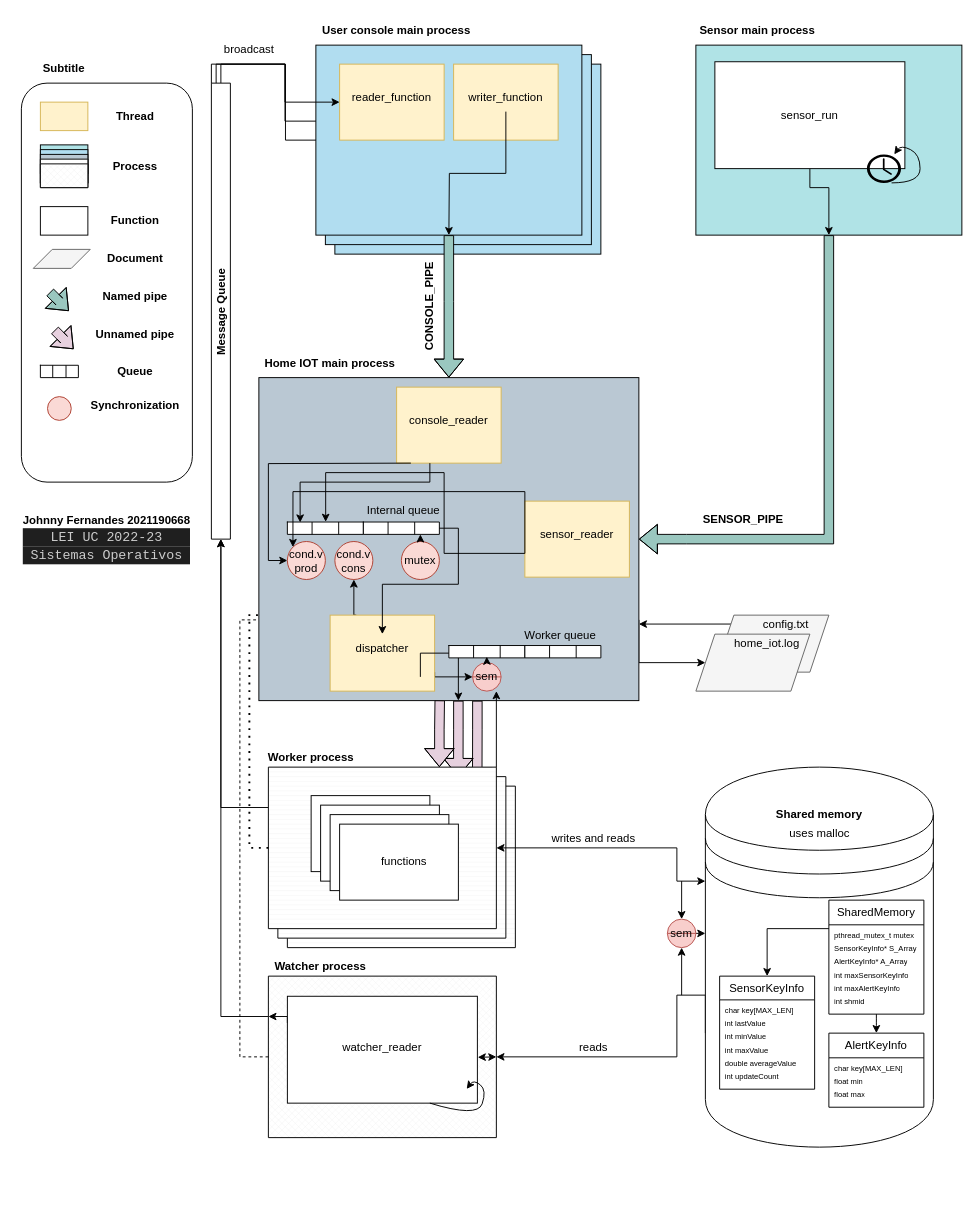
This is Diagram.drawio from johnnyuc/ProjetoSO, a draw.io file, before an edit. Source tidied: cells renumbered, new cells numbered last; positions are measured from the earlier drawing's top-left corner, leaving out a move shared by most shapes. Both pictures are drawn from the tidied source at 95%, with x=0, y=0 at pixel (21, 16).
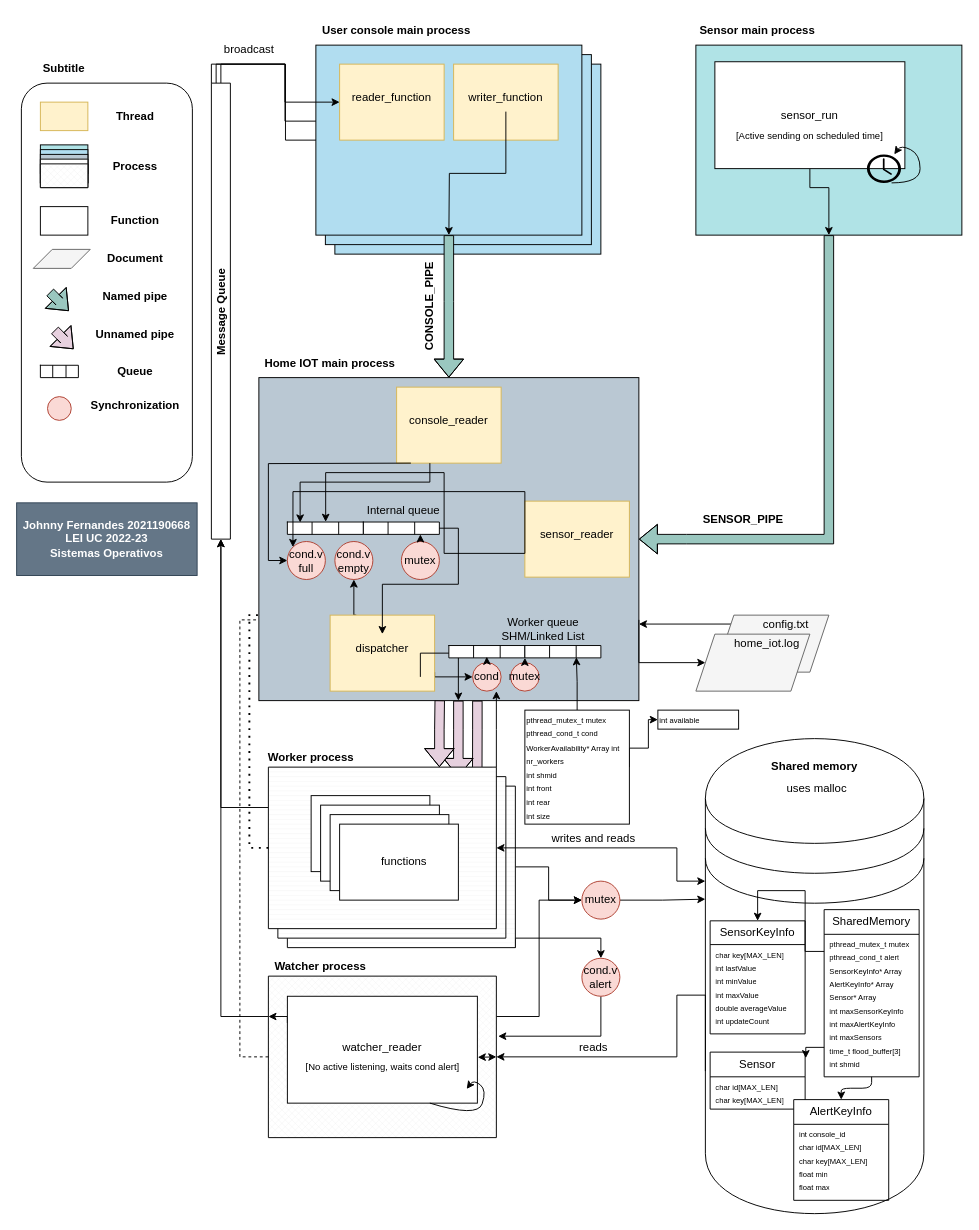
After the change.

Unchanged cells that the change refers to:
```xml
<mxCell id="4" style="verticalLabelPosition=bottom;verticalAlign=top;html=1;shape=mxgraph.basic.patternFillRect;fillStyle=hor;step=5;fillStrokeWidth=0.2;fillStrokeColor=#dddddd;" parent="1" vertex="1">
  <mxGeometry x="280" y="810" width="240" height="170" as="geometry" />
</mxCell>
<mxCell id="30" style="verticalLabelPosition=bottom;verticalAlign=top;html=1;shape=mxgraph.basic.patternFillRect;fillStyle=hor;step=5;fillStrokeWidth=0.2;fillStrokeColor=#dddddd;" parent="1" vertex="1">
  <mxGeometry x="260" y="790" width="240" height="170" as="geometry" />
</mxCell>
<mxCell id="35" style="verticalLabelPosition=bottom;verticalAlign=top;html=1;shape=mxgraph.basic.patternFillRect;fillStyle=diagGrid;step=5;fillStrokeWidth=0.2;fillStrokeColor=#dddddd;" parent="1" vertex="1">
  <mxGeometry x="260" y="1010" width="240" height="170" as="geometry" />
</mxCell>
<mxCell id="60" style="rounded=0;whiteSpace=wrap;html=1;fillColor=#fff2cc;strokeColor=#d6b656;" parent="1" vertex="1">
  <mxGeometry x="325" y="630" width="110" height="80" as="geometry" />
</mxCell>
<mxCell id="101" style="shape=tableRow;horizontal=0;startSize=0;swimlaneHead=0;swimlaneBody=0;strokeColor=inherit;top=0;left=0;bottom=0;right=0;fillColor=none;points=[[0,0.5],[1,0.5]];portConstraint=eastwest;fontSize=16;" parent="100" vertex="1">
  <mxGeometry width="80" height="13" as="geometry" />
</mxCell>
<mxCell id="106" style="shape=tableRow;horizontal=0;startSize=0;swimlaneHead=0;swimlaneBody=0;strokeColor=inherit;top=0;left=0;bottom=0;right=0;fillColor=none;points=[[0,0.5],[1,0.5]];portConstraint=eastwest;fontSize=16;" parent="105" vertex="1">
  <mxGeometry width="80" height="13" as="geometry" />
</mxCell>
```

Change to the diagram source:
```diff
@@
+    <mxCell id="159" value="&lt;font style=&quot;font-size: 8px;&quot;&gt;int available&lt;/font&gt;" style="whiteSpace=wrap;html=1;align=left;" parent="1" vertex="1">
+      <mxGeometry x="670" y="730" width="85" height="20" as="geometry" />
+    </mxCell>
+    <mxCell id="26" style="shape=datastore;whiteSpace=wrap;html=1;" parent="1" vertex="1">
+      <mxGeometry x="720" y="760" width="230" height="500" as="geometry" />
+    </mxCell>
+    <mxCell id="160" value="Sensor" style="swimlane;fontStyle=0;horizontal=1;startSize=26;fillColor=none;whiteSpace=wrap;html=1;" parent="1" vertex="1">
+      <mxGeometry x="725" y="1090" width="100" height="60" as="geometry" />
+    </mxCell>
+    <mxCell id="161" value="char id[MAX_LEN]" style="text;strokeColor=none;fillColor=none;align=left;verticalAlign=top;spacingLeft=4;spacingRight=4;overflow=hidden;whiteSpace=wrap;html=1;fontSize=8;" parent="160" vertex="1">
+      <mxGeometry y="26" width="100" height="14" as="geometry" />
+    </mxCell>
+    <mxCell id="162" value="char key[MAX_LEN]" style="text;strokeColor=none;fillColor=none;align=left;verticalAlign=top;spacingLeft=4;spacingRight=4;overflow=hidden;whiteSpace=wrap;html=1;fontSize=8;" parent="160" vertex="1">
+      <mxGeometry y="40" width="100" height="20" as="geometry" />
+    </mxCell>
+    <mxCell id="163" style="rounded=0;whiteSpace=wrap;html=1;strokeColor=none;" parent="1" vertex="1">
+      <mxGeometry x="813" y="1140" width="97" height="84" as="geometry" />
+    </mxCell>
+    <mxCell id="11" style="rounded=0;whiteSpace=wrap;html=1;fillColor=#bac8d3;strokeColor=#000000;" parent="1" vertex="1">
+      <mxGeometry x="250" y="380" width="400" height="340" as="geometry" />
+    </mxCell>
+    <mxCell id="164" value="cond" style="ellipse;whiteSpace=wrap;html=1;fillColor=#fad9d5;strokeColor=#ae4132;" parent="1" vertex="1">
+      <mxGeometry x="475" y="680" width="30" height="30" as="geometry" />
+    </mxCell>
@@
+    <mxCell id="165" style="edgeStyle=orthogonalEdgeStyle;rounded=0;jettySize=auto;html=1;exitX=1;exitY=0.5;exitDx=0;exitDy=0;exitPerimeter=0;" parent="1" edge="1" source="4" target="175">
+      <mxGeometry relative="1" as="geometry" />
+    </mxCell>
+    <mxCell id="166" style="edgeStyle=orthogonalEdgeStyle;rounded=0;jettySize=auto;html=1;exitX=1;exitY=1;exitDx=0;exitDy=0;exitPerimeter=0;" parent="1" edge="1" source="4" target="177">
+      <mxGeometry relative="1" as="geometry">
+        <Array as="points">
+          <mxPoint x="520" y="970" />
+          <mxPoint x="610" y="970" />
+        </Array>
+      </mxGeometry>
+    </mxCell>
@@
-    <mxCell id="11" style="rounded=0;whiteSpace=wrap;html=1;fillColor=#bac8d3;strokeColor=#000000;" parent="1" vertex="1">
-      <mxGeometry x="250" y="380" width="400" height="340" as="geometry" />
-    </mxCell>
@@
-    <mxCell id="26" style="shape=datastore;whiteSpace=wrap;html=1;" parent="1" vertex="1">
-      <mxGeometry x="720" y="790" width="240" height="400" as="geometry" />
-    </mxCell>
@@
-    <mxCell id="29" style="edgeStyle=orthogonalEdgeStyle;rounded=0;jettySize=auto;html=1;exitX=1;exitY=0;exitDx=0;exitDy=0;exitPerimeter=0;entryX=0.833;entryY=1;entryDx=0;entryDy=0;entryPerimeter=0;" parent="1" edge="1" source="30" target="111">
-      <mxGeometry relative="1" as="geometry" />
+    <mxCell id="29" style="edgeStyle=orthogonalEdgeStyle;rounded=0;jettySize=auto;html=1;exitX=1;exitY=0;exitDx=0;exitDy=0;exitPerimeter=0;entryX=0.833;entryY=1;entryDx=0;entryDy=0;entryPerimeter=0;" parent="1" edge="1" source="30">
+      <mxGeometry relative="1" as="geometry">
+        <mxPoint x="500" y="710" as="targetPoint" />
+      </mxGeometry>
     </mxCell>
@@
+    <mxCell id="167" style="edgeStyle=orthogonalEdgeStyle;rounded=0;jettySize=auto;html=1;exitX=1;exitY=0.25;exitDx=0;exitDy=0;exitPerimeter=0;entryX=0;entryY=0.5;entryDx=0;entryDy=0;" parent="1" edge="1" source="35" target="175">
+      <mxGeometry relative="1" as="geometry" />
+    </mxCell>
@@
     <mxCell id="42" value="Shared memory" style="text;html=1;strokeColor=none;fillColor=none;align=center;verticalAlign=middle;whiteSpace=wrap;rounded=0;fontStyle=1;" parent="1" vertex="1">
-      <mxGeometry x="785" y="830" width="110" height="20" as="geometry" />
+      <mxGeometry x="780" y="780" width="110" height="20" as="geometry" />
     </mxCell>
@@
-    <mxCell id="59" style="edgeStyle=orthogonalEdgeStyle;rounded=0;jettySize=auto;html=1;exitX=1;exitY=0.75;exitDx=0;exitDy=0;entryX=0;entryY=0.5;entryDx=0;entryDy=0;" parent="1" edge="1" source="60" target="111">
+    <mxCell id="59" style="edgeStyle=orthogonalEdgeStyle;rounded=0;jettySize=auto;html=1;exitX=1;exitY=0.75;exitDx=0;exitDy=0;entryX=0;entryY=0.5;entryDx=0;entryDy=0;" parent="1" edge="1" source="60">
       <mxGeometry relative="1" as="geometry">
+        <mxPoint x="475" y="695" as="targetPoint" />
         <Array as="points">
           <mxPoint x="435" y="695" />
         </Array>
       </mxGeometry>
     </mxCell>
@@
-    <mxCell id="68" value="cond.v&lt;br&gt;prod" style="ellipse;whiteSpace=wrap;html=1;fillColor=#fad9d5;strokeColor=#ae4132;" parent="1" vertex="1">
+    <mxCell id="68" value="cond.v&lt;br&gt;full" style="ellipse;whiteSpace=wrap;html=1;fillColor=#fad9d5;strokeColor=#ae4132;" parent="1" vertex="1">
       <mxGeometry x="280" y="552.5" width="40" height="40" as="geometry" />
     </mxCell>
-    <mxCell id="69" value="cond.v&lt;br&gt;cons" style="ellipse;whiteSpace=wrap;html=1;fillColor=#fad9d5;strokeColor=#ae4132;" parent="1" vertex="1">
+    <mxCell id="69" value="cond.v&lt;br&gt;empty" style="ellipse;whiteSpace=wrap;html=1;fillColor=#fad9d5;strokeColor=#ae4132;" parent="1" vertex="1">
       <mxGeometry x="330" y="552.5" width="40" height="40" as="geometry" />
     </mxCell>
@@
-    <mxCell id="110" value="Worker queue" style="text;html=1;strokeColor=none;fillColor=none;align=center;verticalAlign=middle;whiteSpace=wrap;rounded=0;" parent="1" vertex="1">
-      <mxGeometry x="525" y="642" width="85" height="20" as="geometry" />
+    <mxCell id="110" value="Worker queue SHM/Linked List" style="text;html=1;strokeColor=none;fillColor=none;align=center;verticalAlign=middle;whiteSpace=wrap;rounded=0;" parent="1" vertex="1">
+      <mxGeometry x="487.5" y="635" width="122.5" height="20" as="geometry" />
     </mxCell>
-    <mxCell id="111" value="sem" style="shape=lineEllipse;perimeter=ellipsePerimeter;whiteSpace=wrap;html=1;backgroundOutline=1;fillColor=#f8cecc;strokeColor=#b85450;" parent="1" vertex="1">
-      <mxGeometry x="475" y="680" width="30" height="30" as="geometry" />
-    </mxCell>
@@
-    <mxCell id="131" style="edgeStyle=orthogonalEdgeStyle;rounded=0;jettySize=auto;html=1;exitX=1;exitY=0.5;exitDx=0;exitDy=0;entryX=0;entryY=0.438;entryDx=0;entryDy=0;entryPerimeter=0;" parent="1" edge="1" source="132" target="26">
-      <mxGeometry relative="1" as="geometry" />
-    </mxCell>
-    <mxCell id="132" value="sem" style="shape=lineEllipse;perimeter=ellipsePerimeter;whiteSpace=wrap;html=1;backgroundOutline=1;fillColor=#f8cecc;strokeColor=#b85450;" parent="1" vertex="1">
-      <mxGeometry x="680" y="950" width="30" height="30" as="geometry" />
-    </mxCell>
@@
     <mxCell id="135" value="SharedMemory" style="swimlane;fontStyle=0;horizontal=1;startSize=26;fillColor=none;whiteSpace=wrap;html=1;" parent="1" vertex="1">
-      <mxGeometry x="850" y="930" width="100" height="120" as="geometry" />
+      <mxGeometry x="845" y="940" width="100" height="176" as="geometry" />
     </mxCell>
@@
+    <mxCell id="168" value="pthread_cond_t alert" style="text;strokeColor=none;fillColor=none;align=left;verticalAlign=top;spacingLeft=4;spacingRight=4;overflow=hidden;whiteSpace=wrap;html=1;fontSize=8;" parent="135" vertex="1">
+      <mxGeometry y="40" width="100" height="14" as="geometry" />
+    </mxCell>
-    <mxCell id="137" value="SensorKeyInfo* S_Array" style="text;strokeColor=none;fillColor=none;align=left;verticalAlign=top;spacingLeft=4;spacingRight=4;overflow=hidden;whiteSpace=wrap;html=1;fontSize=8;" parent="135" vertex="1">
-      <mxGeometry y="40" width="100" height="14" as="geometry" />
+    <mxCell id="137" value="SensorKeyInfo* Array" style="text;strokeColor=none;fillColor=none;align=left;verticalAlign=top;spacingLeft=4;spacingRight=4;overflow=hidden;whiteSpace=wrap;html=1;fontSize=8;" parent="135" vertex="1">
+      <mxGeometry y="54" width="100" height="14" as="geometry" />
     </mxCell>
+    <mxCell id="169" value="AlertKeyInfo* Array" style="text;strokeColor=none;fillColor=none;align=left;verticalAlign=top;spacingLeft=4;spacingRight=4;overflow=hidden;whiteSpace=wrap;html=1;fontSize=8;" parent="135" vertex="1">
+      <mxGeometry y="68" width="100" height="14" as="geometry" />
+    </mxCell>
-    <mxCell id="138" value="AlertKeyInfo* A_Array" style="text;strokeColor=none;fillColor=none;align=left;verticalAlign=top;spacingLeft=4;spacingRight=4;overflow=hidden;whiteSpace=wrap;html=1;fontSize=8;" parent="135" vertex="1">
-      <mxGeometry y="54" width="100" height="14" as="geometry" />
+    <mxCell id="138" value="Sensor* Array" style="text;strokeColor=none;fillColor=none;align=left;verticalAlign=top;spacingLeft=4;spacingRight=4;overflow=hidden;whiteSpace=wrap;html=1;fontSize=8;" parent="135" vertex="1">
+      <mxGeometry y="82" width="100" height="14" as="geometry" />
     </mxCell>
     <mxCell id="139" value="int maxSensorKeyInfo" style="text;strokeColor=none;fillColor=none;align=left;verticalAlign=top;spacingLeft=4;spacingRight=4;overflow=hidden;whiteSpace=wrap;html=1;fontSize=8;" parent="135" vertex="1">
-      <mxGeometry y="68" width="100" height="14" as="geometry" />
+      <mxGeometry y="96" width="100" height="14" as="geometry" />
     </mxCell>
     <mxCell id="140" value="int maxAlertKeyInfo" style="text;strokeColor=none;fillColor=none;align=left;verticalAlign=top;spacingLeft=4;spacingRight=4;overflow=hidden;whiteSpace=wrap;html=1;fontSize=8;" parent="135" vertex="1">
-      <mxGeometry y="82" width="100" height="14" as="geometry" />
+      <mxGeometry y="110" width="100" height="14" as="geometry" />
     </mxCell>
+    <mxCell id="170" value="int maxSensors" style="text;strokeColor=none;fillColor=none;align=left;verticalAlign=top;spacingLeft=4;spacingRight=4;overflow=hidden;whiteSpace=wrap;html=1;fontSize=8;" parent="135" vertex="1">
+      <mxGeometry y="124" width="100" height="14" as="geometry" />
+    </mxCell>
+    <mxCell id="171" value="time_t flood_buffer[3]" style="text;strokeColor=none;fillColor=none;align=left;verticalAlign=top;spacingLeft=4;spacingRight=4;overflow=hidden;points=[[0,0.5],[1,0.5]];portConstraint=eastwest;whiteSpace=wrap;html=1;fontSize=8;" parent="135" vertex="1">
+      <mxGeometry y="138" width="100" height="14" as="geometry" />
+    </mxCell>
     <mxCell id="141" value="int shmid" style="text;strokeColor=none;fillColor=none;align=left;verticalAlign=top;spacingLeft=4;spacingRight=4;overflow=hidden;whiteSpace=wrap;html=1;fontSize=8;" parent="135" vertex="1">
-      <mxGeometry y="96" width="100" height="24" as="geometry" />
+      <mxGeometry y="152" width="100" height="24" as="geometry" />
     </mxCell>
     <mxCell id="142" value="SensorKeyInfo" style="swimlane;fontStyle=0;horizontal=1;startSize=25;fillColor=none;whiteSpace=wrap;html=1;" parent="1" vertex="1">
-      <mxGeometry x="735" y="1010" width="100" height="119" as="geometry" />
+      <mxGeometry x="725" y="951.8" width="100" height="119" as="geometry" />
     </mxCell>
@@
-    <mxCell id="149" value="AlertKeyInfo" style="swimlane;fontStyle=0;horizontal=1;startSize=26;fillColor=none;whiteSpace=wrap;html=1;" parent="1" vertex="1">
-      <mxGeometry x="850" y="1070" width="100" height="78" as="geometry" />
-    </mxCell>
-    <mxCell id="150" value="char key[MAX_LEN]" style="text;strokeColor=none;fillColor=none;align=left;verticalAlign=top;spacingLeft=4;spacingRight=4;overflow=hidden;whiteSpace=wrap;html=1;fontSize=8;" parent="149" vertex="1">
-      <mxGeometry y="26" width="100" height="14" as="geometry" />
-    </mxCell>
-    <mxCell id="151" value="float min" style="text;strokeColor=none;fillColor=none;align=left;verticalAlign=top;spacingLeft=4;spacingRight=4;overflow=hidden;whiteSpace=wrap;html=1;fontSize=8;" parent="149" vertex="1">
-      <mxGeometry y="40" width="100" height="14" as="geometry" />
-    </mxCell>
-    <mxCell id="152" value="float max" style="text;strokeColor=none;fillColor=none;align=left;verticalAlign=top;spacingLeft=4;spacingRight=4;overflow=hidden;whiteSpace=wrap;html=1;fontSize=8;" parent="149" vertex="1">
-      <mxGeometry y="54" width="100" height="24" as="geometry" />
-    </mxCell>
     <mxCell id="153" value="uses malloc" style="text;html=1;strokeColor=none;fillColor=none;align=center;verticalAlign=middle;whiteSpace=wrap;rounded=0;" parent="1" vertex="1">
-      <mxGeometry x="787.5" y="852.5" width="105" height="15" as="geometry" />
+      <mxGeometry x="785" y="805" width="105" height="15" as="geometry" />
     </mxCell>
-    <mxCell id="154" value="Johnny Fernandes 2021190668&lt;br&gt;&lt;div style=&quot;color: rgb(204, 204, 204); background-color: rgb(31, 31, 31); font-family: Consolas, &amp;quot;Courier New&amp;quot;, monospace; font-weight: normal; font-size: 14px; line-height: 19px;&quot;&gt;LEI UC 2022-23&lt;/div&gt;&lt;div style=&quot;color: rgb(204, 204, 204); background-color: rgb(31, 31, 31); font-family: Consolas, &amp;quot;Courier New&amp;quot;, monospace; font-weight: normal; font-size: 14px; line-height: 19px;&quot;&gt;Sistemas Operativos &lt;/div&gt;" style="text;html=1;strokeColor=none;fillColor=none;align=center;verticalAlign=middle;whiteSpace=wrap;rounded=0;fontStyle=1;" parent="1" vertex="1">
-      <mxGeometry y="511.8" width="180" height="76.5" as="geometry" />
+    <mxCell id="154" value="Johnny Fernandes 2021190668&lt;br&gt;LEI UC 2022-23 &lt;br&gt;Sistemas Operativos" style="text;html=1;strokeColor=#314354;fillColor=#647687;align=center;verticalAlign=middle;whiteSpace=wrap;rounded=0;fontStyle=1;fontColor=#ffffff;" parent="1" vertex="1">
+      <mxGeometry x="-5" y="511.8" width="190" height="76.5" as="geometry" />
     </mxCell>
-    <mxCell id="155" style="edgeStyle=orthogonalEdgeStyle;rounded=0;jettySize=auto;html=1;exitX=0.5;exitY=0;exitDx=0;exitDy=0;entryX=0.498;entryY=0.905;entryDx=0;entryDy=0;entryPerimeter=0;" parent="1" edge="1" source="111" target="101">
-      <mxGeometry relative="1" as="geometry" />
+    <mxCell id="155" style="edgeStyle=orthogonalEdgeStyle;rounded=0;jettySize=auto;html=1;exitX=0.5;exitY=0;exitDx=0;exitDy=0;entryX=0.498;entryY=0.905;entryDx=0;entryDy=0;entryPerimeter=0;" parent="1" edge="1" target="101">
+      <mxGeometry relative="1" as="geometry">
+        <mxPoint x="490" y="680" as="sourcePoint" />
+      </mxGeometry>
     </mxCell>
@@
-    <mxCell id="157" style="endArrow=classic;html=1;rounded=0;entryX=0.5;entryY=0;entryDx=0;entryDy=0;" parent="1" edge="1" target="132">
-      <mxGeometry relative="1" as="geometry">
-        <mxPoint x="695" y="910" as="sourcePoint" />
-      </mxGeometry>
-    </mxCell>
-    <mxCell id="158" style="endArrow=classic;html=1;rounded=0;entryX=0.5;entryY=1;entryDx=0;entryDy=0;" parent="1" edge="1" target="132">
-      <mxGeometry relative="1" as="geometry">
-        <mxPoint x="695" y="1030" as="sourcePoint" />
-      </mxGeometry>
-    </mxCell>
+    <mxCell id="172" value="mutex" style="ellipse;whiteSpace=wrap;html=1;fillColor=#fad9d5;strokeColor=#ae4132;" parent="1" vertex="1">
+      <mxGeometry x="515" y="680" width="30" height="30" as="geometry" />
+    </mxCell>
+    <mxCell id="173" style="edgeStyle=orthogonalEdgeStyle;rounded=0;jettySize=auto;html=1;exitX=0.5;exitY=0;exitDx=0;exitDy=0;entryX=0.001;entryY=0.996;entryDx=0;entryDy=0;entryPerimeter=0;" parent="1" edge="1" target="106">
+      <mxGeometry relative="1" as="geometry">
+        <mxPoint x="530" y="680" as="sourcePoint" />
+      </mxGeometry>
+    </mxCell>
+    <mxCell id="174" style="edgeStyle=orthogonalEdgeStyle;rounded=0;jettySize=auto;html=1;exitX=1;exitY=0.5;exitDx=0;exitDy=0;" parent="1" edge="1" source="175">
+      <mxGeometry relative="1" as="geometry">
+        <mxPoint x="720" y="929" as="targetPoint" />
+      </mxGeometry>
+    </mxCell>
+    <mxCell id="175" value="mutex" style="ellipse;whiteSpace=wrap;html=1;fillColor=#fad9d5;strokeColor=#ae4132;" parent="1" vertex="1">
+      <mxGeometry x="590" y="910" width="40" height="40" as="geometry" />
+    </mxCell>
+    <mxCell id="176" style="edgeStyle=orthogonalEdgeStyle;rounded=0;jettySize=auto;html=1;exitX=0.5;exitY=1;exitDx=0;exitDy=0;entryX=1.008;entryY=0.372;entryDx=0;entryDy=0;entryPerimeter=0;" parent="1" edge="1" source="177" target="35">
+      <mxGeometry relative="1" as="geometry" />
+    </mxCell>
+    <mxCell id="177" value="cond.v&lt;br&gt;alert" style="ellipse;whiteSpace=wrap;html=1;fillColor=#fad9d5;strokeColor=#ae4132;" parent="1" vertex="1">
+      <mxGeometry x="590" y="991.2" width="40" height="40" as="geometry" />
+    </mxCell>
+    <mxCell id="149" value="AlertKeyInfo" style="swimlane;fontStyle=0;horizontal=1;startSize=26;fillColor=none;whiteSpace=wrap;html=1;" parent="1" vertex="1">
+      <mxGeometry x="813" y="1140" width="100" height="106" as="geometry" />
+    </mxCell>
+    <mxCell id="150" value="int console_id" style="text;strokeColor=none;fillColor=none;align=left;verticalAlign=top;spacingLeft=4;spacingRight=4;overflow=hidden;whiteSpace=wrap;html=1;fontSize=8;" parent="149" vertex="1">
+      <mxGeometry y="26" width="100" height="14" as="geometry" />
+    </mxCell>
+    <mxCell id="178" value="char id[MAX_LEN]" style="text;strokeColor=none;fillColor=none;align=left;verticalAlign=top;spacingLeft=4;spacingRight=4;overflow=hidden;whiteSpace=wrap;html=1;fontSize=8;" parent="149" vertex="1">
+      <mxGeometry y="40" width="100" height="14" as="geometry" />
+    </mxCell>
+    <mxCell id="179" value="char key[MAX_LEN]" style="text;strokeColor=none;fillColor=none;align=left;verticalAlign=top;spacingLeft=4;spacingRight=4;overflow=hidden;whiteSpace=wrap;html=1;fontSize=8;" parent="149" vertex="1">
+      <mxGeometry y="54" width="100" height="14" as="geometry" />
+    </mxCell>
+    <mxCell id="151" value="float min" style="text;strokeColor=none;fillColor=none;align=left;verticalAlign=top;spacingLeft=4;spacingRight=4;overflow=hidden;whiteSpace=wrap;html=1;fontSize=8;" parent="149" vertex="1">
+      <mxGeometry y="68" width="100" height="14" as="geometry" />
+    </mxCell>
+    <mxCell id="152" value="float max" style="text;strokeColor=none;fillColor=none;align=left;verticalAlign=top;spacingLeft=4;spacingRight=4;overflow=hidden;whiteSpace=wrap;html=1;fontSize=8;" parent="149" vertex="1">
+      <mxGeometry y="82" width="100" height="24" as="geometry" />
+    </mxCell>
+    <mxCell id="180" style="edgeStyle=orthogonalEdgeStyle;rounded=0;jettySize=auto;html=1;exitX=0;exitY=0.5;exitDx=0;exitDy=0;entryX=1.007;entryY=0.106;entryDx=0;entryDy=0;entryPerimeter=0;" parent="1" edge="1" source="171" target="160">
+      <mxGeometry relative="1" as="geometry" />
+    </mxCell>
+    <mxCell id="181" style="edgeStyle=orthogonalEdgeStyle;rounded=0;jettySize=auto;html=1;exitX=1;exitY=0.5;exitDx=0;exitDy=0;entryX=0;entryY=0.5;entryDx=0;entryDy=0;" parent="1" edge="1" source="183" target="159">
+      <mxGeometry relative="1" as="geometry">
+        <Array as="points">
+          <mxPoint x="640" y="770" />
+          <mxPoint x="660" y="770" />
+          <mxPoint x="660" y="740" />
+        </Array>
+      </mxGeometry>
+    </mxCell>
+    <mxCell id="182" style="edgeStyle=orthogonalEdgeStyle;rounded=0;jettySize=auto;html=1;exitX=0.5;exitY=0;exitDx=0;exitDy=0;entryX=0.677;entryY=0.948;entryDx=0;entryDy=0;entryPerimeter=0;" parent="1" edge="1" source="183" target="106">
+      <mxGeometry relative="1" as="geometry">
+        <Array as="points">
+          <mxPoint x="585" y="700" />
+          <mxPoint x="584" y="700" />
+        </Array>
+      </mxGeometry>
+    </mxCell>
+    <mxCell id="183" value="&lt;font style=&quot;font-size: 8px;&quot;&gt;pthread_mutex_t mutex pthread_cond_t cond WorkerAvailability* Array int nr_workers&lt;br&gt;int shmid&lt;br&gt;int front&lt;br&gt;int rear&lt;br&gt;int size&lt;/font&gt;" style="whiteSpace=wrap;html=1;align=left;" parent="1" vertex="1">
+      <mxGeometry x="530" y="730" width="110" height="120" as="geometry" />
+    </mxCell>
+    <mxCell id="184" value="&lt;font style=&quot;font-size: 10px;&quot;&gt;[No active listening, waits cond alert]&lt;/font&gt;" style="text;html=1;strokeColor=none;fillColor=none;align=center;verticalAlign=middle;whiteSpace=wrap;rounded=0;" parent="1" vertex="1">
+      <mxGeometry x="288.8" y="1090" width="182.5" height="30" as="geometry" />
+    </mxCell>
+    <mxCell id="185" value="&lt;font style=&quot;font-size: 10px;&quot;&gt;[Active sending on scheduled time]&lt;/font&gt;" style="text;html=1;strokeColor=none;fillColor=none;align=center;verticalAlign=middle;whiteSpace=wrap;rounded=0;" parent="1" vertex="1">
+      <mxGeometry x="745" y="110" width="170" height="30" as="geometry" />
+    </mxCell>
```
